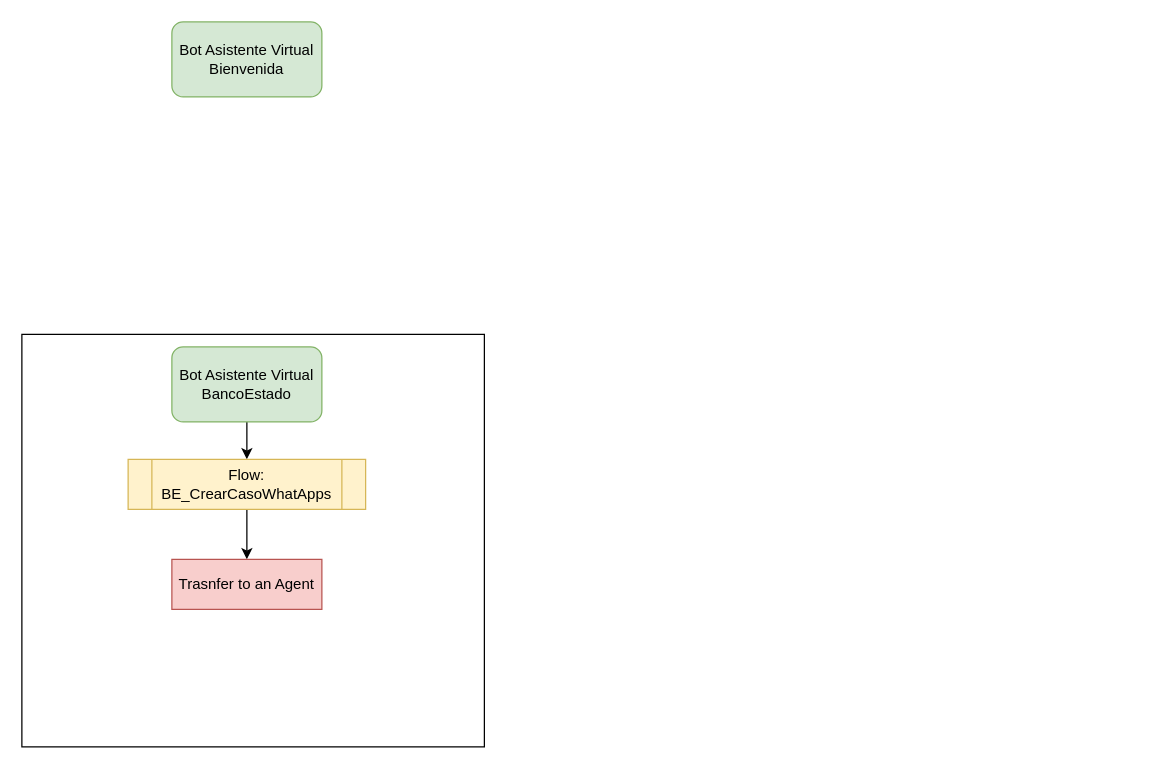
nonate/personalProject keeps this draw.io diagram as Diagrama sin título.drawio. Above is the earlier version. Source tidied: cells renumbered, new cells numbered last; positions are measured from the earlier drawing's top-left corner, leaving out a move shared by most shapes. Both pictures are drawn from the tidied source at 125%, with x=0, y=0 at pixel (21, 21).
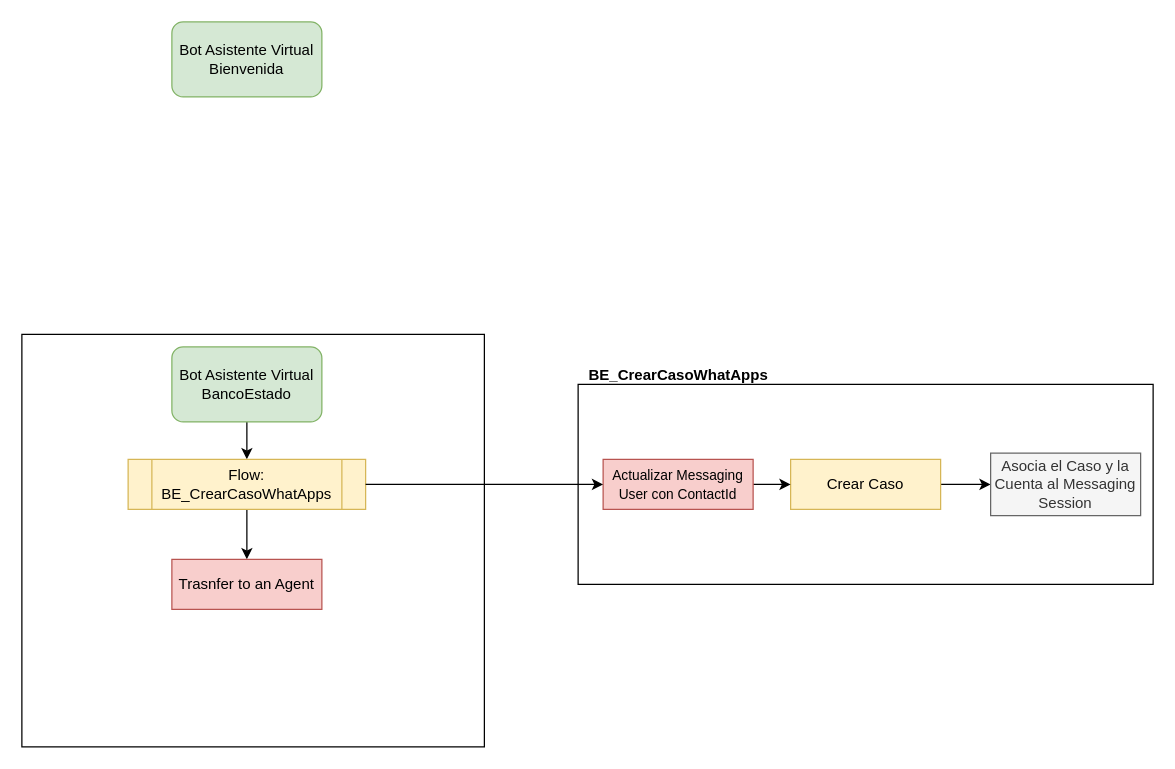
The same page after the edit.

Diff of the diagram source:
```diff
@@
 <mxGraphModel>
   <root>
     <mxCell id="0" />
     <mxCell id="1" parent="0" />
     <mxCell id="2" value="Bot Asistente Virtual Bienvenida" style="rounded=1;whiteSpace=wrap;html=1;fillColor=#d5e8d4;strokeColor=#82b366;" parent="1" vertex="1">
       <mxGeometry x="120" width="120" height="60" as="geometry" />
     </mxCell>
     <mxCell id="3" style="rounded=0;whiteSpace=wrap;html=1;" parent="1" vertex="1">
       <mxGeometry y="250" width="370" height="330" as="geometry" />
     </mxCell>
     <mxCell id="4" style="edgeStyle=orthogonalEdgeStyle;rounded=0;jettySize=auto;html=1;" parent="1" edge="1" source="5" target="7">
       <mxGeometry relative="1" as="geometry" />
     </mxCell>
     <mxCell id="5" value="Bot Asistente Virtual BancoEstado" style="rounded=1;whiteSpace=wrap;html=1;fillColor=#d5e8d4;strokeColor=#82b366;" parent="1" vertex="1">
       <mxGeometry x="120" y="260" width="120" height="60" as="geometry" />
     </mxCell>
     <mxCell id="6" style="edgeStyle=orthogonalEdgeStyle;rounded=0;jettySize=auto;html=1;" parent="1" edge="1" source="7" target="8">
       <mxGeometry relative="1" as="geometry" />
     </mxCell>
     <mxCell id="7" value="Flow: BE_CrearCasoWhatApps" style="shape=process;whiteSpace=wrap;html=1;backgroundOutline=1;fillColor=#fff2cc;strokeColor=#d6b656;" parent="1" vertex="1">
       <mxGeometry x="85" y="350" width="190" height="40" as="geometry" />
     </mxCell>
     <mxCell id="8" value="Trasnfer to an Agent" style="rounded=0;whiteSpace=wrap;html=1;fillColor=#f8cecc;strokeColor=#b85450;" parent="1" vertex="1">
       <mxGeometry x="120" y="430" width="120" height="40" as="geometry" />
     </mxCell>
+    <mxCell id="9" style="rounded=0;whiteSpace=wrap;html=1;" parent="1" vertex="1">
+      <mxGeometry x="445" y="290" width="460" height="160" as="geometry" />
+    </mxCell>
+    <mxCell id="10" style="edgeStyle=orthogonalEdgeStyle;rounded=0;jettySize=auto;html=1;" parent="1" edge="1" source="11" target="14">
+      <mxGeometry relative="1" as="geometry" />
+    </mxCell>
+    <mxCell id="11" value="Crear Caso" style="rounded=0;whiteSpace=wrap;html=1;fillColor=#fff2cc;strokeColor=#d6b656;" parent="1" vertex="1">
+      <mxGeometry x="615" y="350" width="120" height="40" as="geometry" />
+    </mxCell>
+    <mxCell id="12" style="edgeStyle=orthogonalEdgeStyle;rounded=0;jettySize=auto;html=1;" parent="1" edge="1" source="13" target="11">
+      <mxGeometry relative="1" as="geometry" />
+    </mxCell>
+    <mxCell id="13" value="&lt;font style=&quot;font-size: 11px;&quot;&gt;Actualizar Messaging User con ContactId&lt;/font&gt;" style="rounded=0;whiteSpace=wrap;html=1;fillColor=#f8cecc;strokeColor=#b85450;" parent="1" vertex="1">
+      <mxGeometry x="465" y="350" width="120" height="40" as="geometry" />
+    </mxCell>
+    <mxCell id="14" value="Asocia el Caso y la Cuenta al Messaging Session" style="rounded=0;whiteSpace=wrap;html=1;fillColor=#f5f5f5;strokeColor=#666666;fontColor=#333333;" parent="1" vertex="1">
+      <mxGeometry x="775" y="345" width="120" height="50" as="geometry" />
+    </mxCell>
+    <mxCell id="15" style="edgeStyle=orthogonalEdgeStyle;rounded=0;jettySize=auto;html=1;entryX=0;entryY=0.5;entryDx=0;entryDy=0;" parent="1" edge="1" source="7" target="13">
+      <mxGeometry relative="1" as="geometry" />
+    </mxCell>
+    <mxCell id="16" value="BE_CrearCasoWhatApps" style="text;html=1;align=center;verticalAlign=middle;strokeColor=none;fillColor=none;fontStyle=1;" parent="1" vertex="1">
+      <mxGeometry x="440" y="268" width="170" height="30" as="geometry" />
+    </mxCell>
   </root>
 </mxGraphModel>
```
